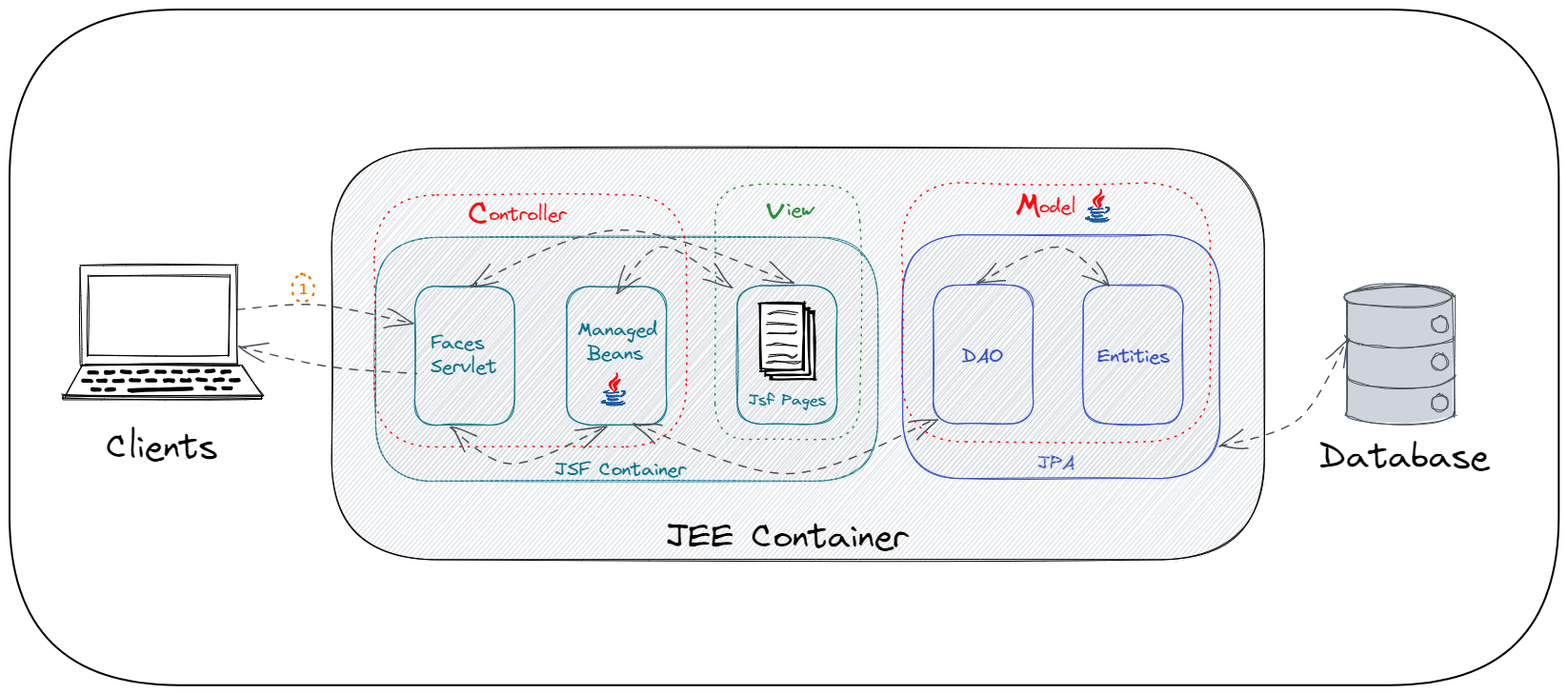
This is MVC.excalidraw.png from malouu/Diag_JEE, a Excalidraw export, as it was before one commit. Source tidied: one line per element, renumbered; positions are measured from the earlier drawing's top-left corner, leaving out a move shared by most shapes.
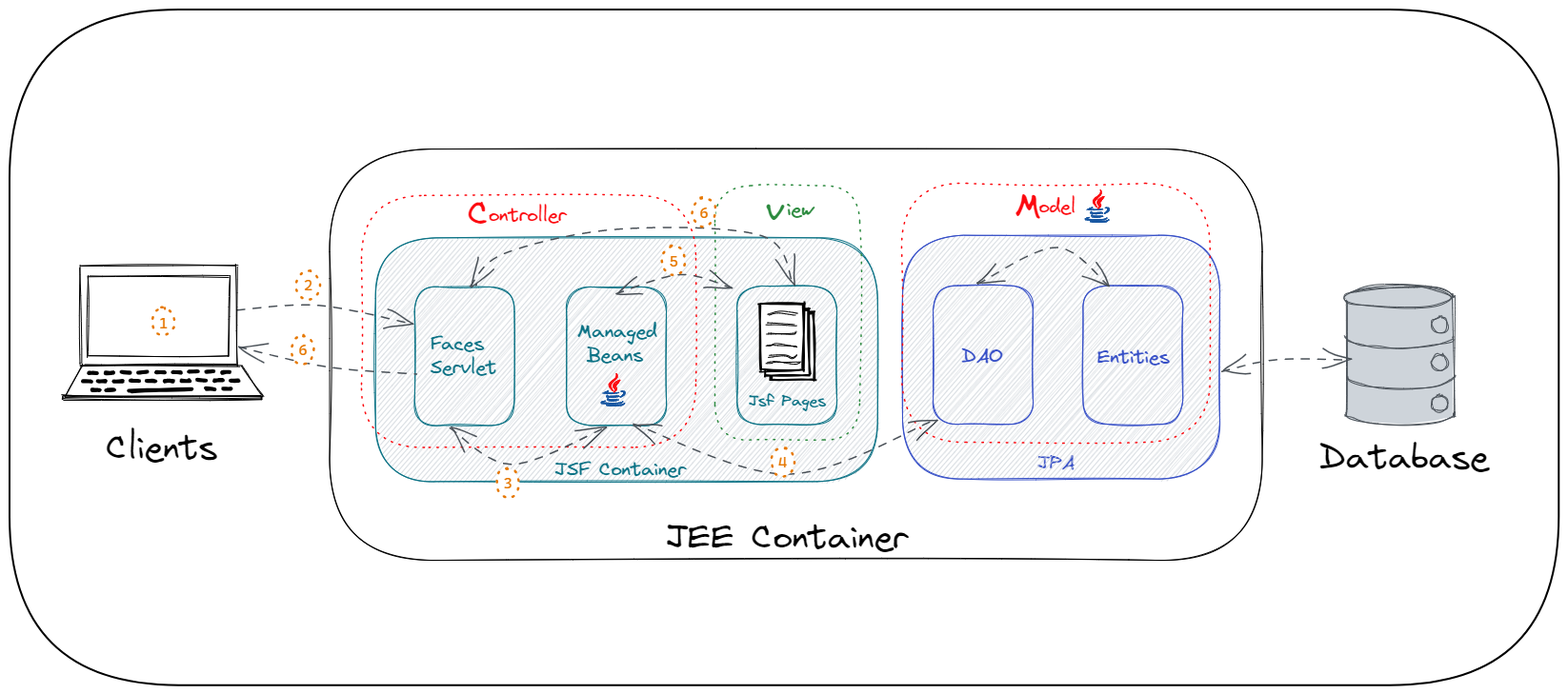
After the commit.

Change to the diagram source:
```diff
@@ -1,5 +1,5 @@
 {"id": 0, "type": "rectangle", "strokeColor": "#0b7285", "backgroundColor": "#ced4da", "fillStyle": "hachure", "strokeWidth": 1, "roughness": 1, "x": 384, "y": 239, "width": 527, "height": 256}
-{"id": 1, "type": "rectangle", "strokeColor": "#000000", "backgroundColor": "#ced4da", "fillStyle": "hachure", "strokeWidth": 1, "roughness": 1, "x": 338, "y": 146, "width": 979, "height": 432}
+{"id": 1, "type": "rectangle", "strokeColor": "#000000", "strokeWidth": 1, "roughness": 1, "x": 336, "y": 146, "width": 979, "height": 432}
 {"id": 2, "type": "text", "text": "JSF Container ", "strokeColor": "#0b7285", "strokeWidth": 1, "roughness": 1, "fontSize": 20, "fontFamily": 1, "x": 572, "y": 471, "width": 150, "height": 25}
 {"id": 3, "type": "text", "text": "JPA ", "strokeColor": "#364fc7", "strokeWidth": 1, "roughness": 1, "fontSize": 20, "fontFamily": 1, "x": 1079, "y": 464, "width": 51, "height": 25}
 {"id": 4, "type": "rectangle", "strokeColor": "#0b7285", "strokeWidth": 1, "roughness": 1, "x": 425, "y": 291, "width": 105, "height": 146}
@@ -11,10 +11,10 @@
 {"id": 10, "type": "text", "text": "DAO", "strokeColor": "#364fc7", "strokeWidth": 1, "roughness": 1, "fontSize": 20, "fontFamily": 1, "x": 999, "y": 352, "width": 45, "height": 25}
 {"id": 11, "type": "rectangle", "strokeColor": "#364fc7", "strokeWidth": 1, "roughness": 1, "x": 1127, "y": 290, "width": 105, "height": 146}
 {"id": 12, "type": "text", "text": "Entities", "strokeColor": "#364fc7", "strokeWidth": 1, "roughness": 1, "fontSize": 20, "fontFamily": 1, "x": 1142, "y": 352, "width": 78, "height": 25}
-{"id": 13, "type": "text", "text": "JEE Container", "strokeColor": "#000000", "backgroundColor": "#ced4da", "fillStyle": "hachure", "strokeWidth": 1, "roughness": 1, "fontSize": 36, "fontFamily": 1, "x": 689, "y": 532, "width": 256, "height": 46}
+{"id": 13, "type": "text", "text": "JEE Container", "strokeColor": "#000000", "backgroundColor": "#ced4da", "fillStyle": "hachure", "strokeWidth": 1, "roughness": 1, "fontSize": 36, "fontFamily": 1, "x": 689, "y": 532, "width": 256, "height": 45}
-{"id": 14, "type": "rectangle", "strokeColor": "#fc090f", "strokeWidth": 1, "strokeStyle": "dotted", "roughness": 1, "x": 383, "y": 195, "width": 328, "height": 265}
+{"id": 14, "type": "rectangle", "strokeColor": "#fc090f", "strokeWidth": 1, "strokeStyle": "dotted", "roughness": 1, "x": 370, "y": 195, "width": 351, "height": 265}
 {"id": 15, "type": "text", "text": "ontroller", "strokeColor": "#fc090f", "strokeWidth": 1, "strokeStyle": "dotted", "roughness": 1, "fontSize": 20, "fontFamily": 1, "x": 503, "y": 203, "width": 83, "height": 25}
-{"id": 16, "type": "text", "text": "C", "strokeColor": "#fc090f", "strokeWidth": 1, "strokeStyle": "dotted", "roughness": 1, "fontSize": 36, "fontFamily": 1, "x": 481, "y": 193, "width": 25, "height": 46}
+{"id": 16, "type": "text", "text": "C", "strokeColor": "#fc090f", "strokeWidth": 1, "strokeStyle": "dotted", "roughness": 1, "fontSize": 36, "fontFamily": 1, "x": 481, "y": 193, "width": 25, "height": 45}
 {"id": 17, "type": "rectangle", "strokeColor": "#000000", "backgroundColor": "#fff", "fillStyle": "solid", "strokeWidth": 2, "roughness": 1, "x": 799, "y": 319, "width": 46, "height": 70}
 {"id": 18, "type": "rectangle", "strokeColor": "#000000", "backgroundColor": "#fff", "fillStyle": "solid", "strokeWidth": 2, "roughness": 1, "x": 794, "y": 314, "width": 46, "height": 70}
 {"id": 19, "type": "rectangle", "strokeColor": "#000000", "backgroundColor": "#fff", "fillStyle": "solid", "strokeWidth": 2, "roughness": 1, "x": 788, "y": 309, "width": 46, "height": 70}
@@ -27,8 +27,8 @@
 {"id": 26, "type": "rectangle", "strokeColor": "#0b7285", "strokeWidth": 1, "roughness": 1, "x": 764, "y": 290, "width": 105, "height": 146}
 {"id": 27, "type": "text", "text": "Jsf Pages", "strokeColor": "#0b7285", "strokeWidth": 1, "roughness": 1, "fontSize": 16, "fontFamily": 1, "x": 776, "y": 401, "width": 83, "height": 20}
 {"id": 28, "type": "rectangle", "strokeColor": "#2b8a3e", "strokeWidth": 1, "strokeStyle": "dotted", "roughness": 1, "x": 741, "y": 185, "width": 152, "height": 267}
-{"id": 29, "type": "text", "text": "iew", "strokeColor": "#2b8a3e", "strokeWidth": 1, "strokeStyle": "dotted", "roughness": 1, "fontSize": 20, "fontFamily": 1, "x": 816, "y": 198, "width": 30, "height": 25}
+{"id": 29, "type": "text", "text": "iew", "strokeColor": "#2b8a3e", "strokeWidth": 1, "strokeStyle": "dotted", "roughness": 1, "fontSize": 20, "fontFamily": 1, "x": 816, "y": 198, "width": 29, "height": 25}
-{"id": 30, "type": "text", "text": "v", "strokeColor": "#2b8a3e", "strokeWidth": 1, "strokeStyle": "dotted", "roughness": 1, "fontSize": 36, "fontFamily": 1, "x": 794, "y": 188, "width": 21, "height": 46}
+{"id": 30, "type": "text", "text": "v", "strokeColor": "#2b8a3e", "strokeWidth": 1, "strokeStyle": "dotted", "roughness": 1, "fontSize": 36, "fontFamily": 1, "x": 794, "y": 188, "width": 21, "height": 45}
 {"id": 31, "type": "rectangle", "strokeColor": "#fc090f", "strokeWidth": 1, "strokeStyle": "dotted", "roughness": 1, "x": 937, "y": 182, "width": 324, "height": 272}
 {"id": 32, "type": "line", "strokeColor": "#1555a1", "backgroundColor": "#1555a1", "fillStyle": "solid", "strokeWidth": 1, "roughness": 0, "x": 1137, "y": 207, "width": 15, "height": 3, "points": [[0, 0], [-4, 2], [-4, 2], [4, 3], [11, 2], [4, 2], [0, 2], [-3, 2], [-2, 1], [0, 0]]}
 {"id": 33, "type": "line", "strokeColor": "#1555a1", "backgroundColor": "#1555a1", "fillStyle": "solid", "strokeWidth": 1, "roughness": 0, "x": 1150, "y": 208, "width": 5, "height": 6, "points": [[0, 0], [2, 0], [3, 1], [3, 3], [1, 4], [-1, 6], [2, 5], [3, 4], [4, 2], [4, 0], [3, 0], [0, 0]]}
@@ -39,7 +39,7 @@
 {"id": 38, "type": "line", "strokeColor": "#fc090f", "backgroundColor": "#fc090f", "fillStyle": "solid", "strokeWidth": 1, "roughness": 0, "x": 1145, "y": 189, "width": 9, "height": 18, "points": [[0, 0], [1, 2], [1, 3], [0, 5], [-1, 6], [-3, 8], [-5, 10], [-6, 12], [-6, 14], [-5, 16], [-4, 18], [-4, 18], [-6, 16], [-7, 15], [-8, 13], [-8, 12], [-7, 11], [-6, 9], [-4, 7], [-1, 5], [0, 4], [0, 2], [0, 0]]}
 {"id": 39, "type": "line", "strokeColor": "#fc090f", "backgroundColor": "#fc090f", "fillStyle": "solid", "strokeWidth": 1, "roughness": 0, "x": 1149, "y": 196, "width": 7, "height": 12, "points": [[0, 0], [-2, 1], [-3, 1], [-5, 2], [-6, 3], [-7, 5], [-7, 7], [-6, 9], [-5, 10], [-5, 11], [-6, 12], [-6, 12], [-5, 11], [-4, 10], [-4, 8], [-5, 7], [-5, 5], [-4, 4], [-5, 6], [0, 0]]}
 {"id": 40, "type": "text", "text": "odel", "strokeColor": "#fc090f", "strokeWidth": 1, "strokeStyle": "dotted", "roughness": 1, "fontSize": 20, "fontFamily": 1, "x": 1081, "y": 195, "width": 41, "height": 25}
-{"id": 41, "type": "text", "text": "M", "strokeColor": "#fc090f", "strokeWidth": 1, "strokeStyle": "dotted", "roughness": 1, "fontSize": 36, "fontFamily": 1, "x": 1056, "y": 184, "width": 30, "height": 46}
+{"id": 41, "type": "text", "text": "M", "strokeColor": "#fc090f", "strokeWidth": 1, "strokeStyle": "dotted", "roughness": 1, "fontSize": 36, "fontFamily": 1, "x": 1056, "y": 184, "width": 30, "height": 45}
 {"id": 42, "type": "line", "strokeColor": "#495057", "backgroundColor": "#ced4da", "fillStyle": "solid", "strokeWidth": 1, "roughness": 1, "x": 1404, "y": 301, "width": 113, "height": 146, "points": [[0, 0], [0, 111], [0, 123], [6, 129], [26, 133], [60, 135], [93, 132], [110, 127], [113, 122], [113, 112], [113, 9], [112, 0], [105, -6], [90, -9], [55, -12], [27, -10], [5, -5], [0, 0], [0, 0]]}
 {"id": 43, "type": "line", "strokeColor": "#495057", "backgroundColor": "#ced4da", "fillStyle": "solid", "strokeWidth": 1, "roughness": 1, "x": 1404, "y": 385, "width": 113, "height": 13, "points": [[0, 0], [3, 5], [16, 9], [33, 12], [60, 12], [91, 10], [110, 4], [113, -1]]}
 {"id": 44, "type": "line", "strokeColor": "#495057", "backgroundColor": "#ced4da", "fillStyle": "solid", "strokeWidth": 1, "roughness": 1, "x": 1403, "y": 342, "width": 113, "height": 13, "points": [[0, 0], [3, 5], [16, 9], [33, 12], [60, 12], [91, 10], [110, 4], [113, -1]]}
@@ -48,14 +48,14 @@
 {"id": 47, "type": "ellipse", "strokeColor": "#495057", "backgroundColor": "#ced4da", "fillStyle": "solid", "strokeWidth": 1, "roughness": 1, "x": 1493, "y": 362, "width": 16, "height": 18}
 {"id": 48, "type": "ellipse", "strokeColor": "#495057", "backgroundColor": "#ced4da", "fillStyle": "solid", "strokeWidth": 1, "roughness": 1, "x": 1493, "y": 404, "width": 16, "height": 18}
 {"id": 49, "type": "arrow", "strokeColor": "#495057", "backgroundColor": "#ced4da", "fillStyle": "hachure", "strokeWidth": 1, "strokeStyle": "dashed", "roughness": 1, "startArrowhead": "arrow", "endArrowhead": "arrow", "from": 9, "x": 1017, "y": 288, "width": 138, "height": 40, "points": [[0, 0], [81, -39], [138, 1]]}
-{"id": 50, "type": "arrow", "strokeColor": "#495057", "backgroundColor": "#ced4da", "fillStyle": "hachure", "strokeWidth": 1, "strokeStyle": "dashed", "roughness": 1, "startArrowhead": "arrow", "endArrowhead": "arrow", "from": 31, "x": 1270, "y": 459, "width": 133, "height": 111, "points": [[0, 0], [84, -29], [133, -111]]}
+{"id": 50, "type": "arrow", "strokeColor": "#495057", "backgroundColor": "#ced4da", "fillStyle": "hachure", "strokeWidth": 1, "strokeStyle": "dashed", "roughness": 1, "startArrowhead": "arrow", "endArrowhead": "arrow", "from": 31, "x": 1273, "y": 379, "width": 133, "height": 12, "points": [[0, 1], [57, -11], [133, -10]]}
 {"id": 51, "type": "arrow", "strokeColor": "#495057", "backgroundColor": "#ced4da", "fillStyle": "hachure", "strokeWidth": 1, "strokeStyle": "dashed", "roughness": 1, "startArrowhead": "arrow", "endArrowhead": "arrow", "from": 4, "to": 5, "x": 490, "y": 289, "width": 0, "height": 0, "points": [[0, 0], [0, 0]]}
-{"id": 52, "type": "text", "text": "Clients", "strokeColor": "#000000", "backgroundColor": "#ced4da", "fillStyle": "hachure", "strokeWidth": 1, "strokeStyle": "dashed", "roughness": 1, "fontSize": 36, "fontFamily": 1, "x": 101, "y": 438, "width": 119, "height": 46}
+{"id": 52, "type": "text", "text": "Clients", "strokeColor": "#000000", "backgroundColor": "#ced4da", "fillStyle": "hachure", "strokeWidth": 1, "strokeStyle": "dashed", "roughness": 1, "fontSize": 36, "fontFamily": 1, "x": 101, "y": 438, "width": 119, "height": 45}
-{"id": 53, "type": "text", "text": "Database", "strokeColor": "#000000", "backgroundColor": "#ced4da", "fillStyle": "hachure", "strokeWidth": 1, "strokeStyle": "dashed", "roughness": 1, "fontSize": 36, "fontFamily": 1, "x": 1375, "y": 448, "width": 180, "height": 46}
+{"id": 53, "type": "text", "text": "Database", "strokeColor": "#000000", "backgroundColor": "#ced4da", "fillStyle": "hachure", "strokeWidth": 1, "strokeStyle": "dashed", "roughness": 1, "fontSize": 36, "fontFamily": 1, "x": 1375, "y": 448, "width": 180, "height": 45}
 {"id": 54, "type": "arrow", "strokeColor": "#495057", "backgroundColor": "#ced4da", "fillStyle": "hachure", "strokeWidth": 1, "strokeStyle": "dashed", "roughness": 1, "endArrowhead": "arrow", "from": 58, "to": 4, "x": 238, "y": 315, "width": 186, "height": 20, "points": [[0, 0], [86, -6], [186, 14]]}
-{"id": 55, "type": "rectangle", "strokeColor": "#000000", "strokeWidth": 2, "roughness": 0, "x": 0, "y": 0, "width": 1626, "height": 710}
+{"id": 55, "type": "rectangle", "strokeColor": "#000000", "strokeWidth": 2, "roughness": 0, "x": 0, "y": -1, "width": 1626, "height": 710}
 {"id": 56, "type": "arrow", "strokeColor": "#495057", "strokeWidth": 1, "strokeStyle": "dashed", "roughness": 1, "startArrowhead": "arrow", "endArrowhead": "arrow", "x": 655, "y": 435, "width": 319, "height": 59, "points": [[0, 0], [162, 53], [319, -6]]}
-{"id": 57, "type": "arrow", "strokeColor": "#495057", "strokeWidth": 1, "strokeStyle": "dashed", "roughness": 1, "startArrowhead": "arrow", "endArrowhead": "arrow", "to": 26, "x": 636, "y": 298, "width": 122, "height": 49, "points": [[0, 0], [49, -49], [122, -5]]}
+{"id": 57, "type": "arrow", "strokeColor": "#495057", "strokeWidth": 1, "strokeStyle": "dashed", "roughness": 1, "startArrowhead": "arrow", "endArrowhead": "arrow", "to": 26, "x": 636, "y": 298, "width": 122, "height": 20, "points": [[0, 0], [68, -20], [122, -5]]}
 {"id": 58, "type": "rectangle", "strokeColor": "#000000", "strokeWidth": 1, "roughness": 1, "x": 83, "y": 280, "width": 148, "height": 84}
 {"id": 59, "type": "rectangle", "strokeColor": "#000000", "strokeWidth": 1, "roughness": 1, "x": 75, "y": 269, "width": 164, "height": 104}
 {"id": 60, "type": "line", "strokeColor": "#000000", "strokeWidth": 4, "roughness": 1, "x": 83, "y": 381, "width": 8, "height": 0, "points": [[0, 0], [8, 0]]}
@@ -84,8 +84,7 @@
 {"id": 83, "type": "line", "strokeColor": "#000000", "strokeWidth": 4, "roughness": 1, "x": 224, "y": 398, "width": 8, "height": 0, "points": [[0, 0], [8, 0]]}
 {"id": 84, "type": "line", "strokeColor": "#000000", "strokeWidth": 1, "roughness": 1, "x": 58, "y": 407, "width": 209, "height": 34, "points": [[0, 0], [209, 0], [185, -33], [19, -34], [0, 0]]}
 {"id": 85, "type": "rectangle", "strokeColor": "#000000", "strokeWidth": 1, "roughness": 1, "x": 56, "y": 405, "width": 209, "height": 4}
-{"id": 86, "type": "arrow", "strokeColor": "#495057", "strokeWidth": 1, "strokeStyle": "dashed", "roughness": 1, "startArrowhead": "arrow", "endArrowhead": "arrow", "from": 4, "to": 26, "x": 483, "y": 291, "width": 340, "height": 60, "points": [[0, 0], [159, -60], [340, -3]]}
+{"id": 86, "type": "arrow", "strokeColor": "#495057", "strokeWidth": 1, "strokeStyle": "dashed", "roughness": 1, "startArrowhead": "arrow", "endArrowhead": "arrow", "from": 4, "to": 26, "x": 483, "y": 291, "width": 340, "height": 60, "points": [[0, 0], [39, -36], [159, -60], [306, -54], [340, -3]]}
-{"id": 87, "type": "arrow", "strokeColor": "#495057", "strokeWidth": 1, "strokeStyle": "dashed", "roughness": 1, "startArrowhead": "arrow", "endArrowhead": "arrow", "from": 4, "to": 6, "x": 463, "y": 440, "width": 162, "height": 39, "points": [[0, 0], [65, 37], [162, -2]]}
 {"id": 88, "type": "line", "strokeColor": "#1555a1", "backgroundColor": "#1555a1", "fillStyle": "solid", "strokeWidth": 1, "roughness": 0, "x": 629, "y": 400, "width": 15, "height": 3, "points": [[0, 0], [-4, 2], [-4, 2], [4, 3], [11, 2], [4, 2], [0, 2], [-3, 2], [-2, 1], [0, 0]]}
 {"id": 89, "type": "line", "strokeColor": "#1555a1", "backgroundColor": "#1555a1", "fillStyle": "solid", "strokeWidth": 1, "roughness": 0, "x": 642, "y": 401, "width": 5, "height": 6, "points": [[0, 0], [2, 0], [3, 1], [3, 3], [1, 4], [-1, 6], [2, 5], [3, 4], [4, 2], [4, 0], [3, 0], [0, 0]]}
 {"id": 90, "type": "line", "strokeColor": "#1555a1", "backgroundColor": "#1555a1", "fillStyle": "solid", "strokeWidth": 1, "roughness": 0, "x": 628, "y": 404, "width": 12, "height": 2, "points": [[0, 0], [-1, 1], [0, 2], [6, 2], [11, 2], [10, 1], [8, 1], [5, 1], [2, 1], [0, 1], [0, 0]]}
@@ -95,5 +94,18 @@
 {"id": 94, "type": "line", "strokeColor": "#fc090f", "backgroundColor": "#fc090f", "fillStyle": "solid", "strokeWidth": 1, "roughness": 0, "x": 637, "y": 382, "width": 9, "height": 18, "points": [[0, 0], [1, 2], [1, 3], [0, 5], [-1, 6], [-3, 8], [-5, 10], [-6, 12], [-6, 14], [-5, 16], [-4, 18], [-4, 18], [-6, 16], [-7, 15], [-8, 13], [-8, 12], [-7, 11], [-6, 9], [-4, 7], [-1, 5], [0, 4], [0, 2], [0, 0]]}
 {"id": 95, "type": "line", "strokeColor": "#fc090f", "backgroundColor": "#fc090f", "fillStyle": "solid", "strokeWidth": 1, "roughness": 0, "x": 641, "y": 389, "width": 7, "height": 12, "points": [[0, 0], [-2, 1], [-3, 1], [-5, 2], [-6, 3], [-7, 5], [-7, 7], [-6, 9], [-5, 10], [-5, 11], [-6, 12], [-6, 12], [-5, 11], [-4, 10], [-4, 8], [-5, 7], [-5, 5], [-4, 4], [-5, 6], [0, 0]]}
 {"id": 96, "type": "arrow", "strokeColor": "#495057", "strokeWidth": 1, "strokeStyle": "dashed", "roughness": 1, "startArrowhead": "arrow", "from": 59, "to": 5, "x": 241, "y": 353, "width": 186, "height": 30, "points": [[0, 0], [92, 22], [186, 30]]}
-{"id": 97, "type": "ellipse", "strokeColor": "#e67700", "backgroundColor": "#fff", "fillStyle": "solid", "strokeWidth": 2, "strokeStyle": "dotted", "roughness": 1, "x": 296, "y": 279, "width": 24, "height": 29}
+{"id": 97, "type": "ellipse", "strokeColor": "#e67700", "backgroundColor": "#fff", "fillStyle": "solid", "strokeWidth": 2, "strokeStyle": "dotted", "roughness": 1, "x": 150, "y": 313, "width": 24, "height": 29}
-{"id": 98, "type": "text", "text": "1", "strokeColor": "#e67700", "backgroundColor": "#fa5252", "fillStyle": "hachure", "strokeWidth": 1, "strokeStyle": "dashed", "roughness": 1, "fontSize": 16, "fontFamily": 3, "textAlign": "center", "verticalAlign": "middle", "inside": 97, "x": 303, "y": 284, "width": 11, "height": 19}
+{"id": 98, "type": "text", "text": "1", "strokeColor": "#e67700", "backgroundColor": "#fa5252", "fillStyle": "hachure", "strokeWidth": 1, "strokeStyle": "dashed", "roughness": 1, "fontSize": 16, "fontFamily": 3, "textAlign": "center", "verticalAlign": "middle", "inside": 97, "x": 156, "y": 318, "width": 11, "height": 20}
+{"id": 99, "type": "ellipse", "strokeColor": "#e67700", "backgroundColor": "#fff", "fillStyle": "solid", "strokeWidth": 2, "strokeStyle": "dotted", "roughness": 1, "x": 511, "y": 481, "width": 24, "height": 30}
+{"id": 100, "type": "text", "text": "3", "strokeColor": "#e67700", "backgroundColor": "#fa5252", "fillStyle": "hachure", "strokeWidth": 1, "strokeStyle": "dashed", "roughness": 1, "fontSize": 16, "fontFamily": 3, "textAlign": "center", "verticalAlign": "middle", "inside": 99, "x": 518, "y": 486, "width": 11, "height": 20}
+{"id": 87, "type": "arrow", "strokeColor": "#495057", "strokeWidth": 1, "strokeStyle": "dashed", "roughness": 1, "startArrowhead": "arrow", "endArrowhead": "arrow", "from": 4, "to": 6, "x": 463, "y": 440, "width": 162, "height": 39, "points": [[0, 0], [65, 37], [162, -2]]}
+{"id": 101, "type": "ellipse", "strokeColor": "#e67700", "backgroundColor": "#fff", "fillStyle": "solid", "strokeWidth": 2, "strokeStyle": "dotted", "roughness": 1, "x": 800, "y": 459, "width": 24, "height": 30}
+{"id": 102, "type": "text", "text": "4", "strokeColor": "#e67700", "backgroundColor": "#fa5252", "fillStyle": "hachure", "strokeWidth": 1, "strokeStyle": "dashed", "roughness": 1, "fontSize": 16, "fontFamily": 3, "textAlign": "center", "verticalAlign": "middle", "inside": 101, "x": 806, "y": 464, "width": 11, "height": 20}
+{"id": 103, "type": "ellipse", "strokeColor": "#e67700", "backgroundColor": "#fff", "fillStyle": "solid", "strokeWidth": 2, "strokeStyle": "dotted", "roughness": 1, "x": 302, "y": 274, "width": 24, "height": 30}
+{"id": 104, "type": "text", "text": "2", "strokeColor": "#e67700", "backgroundColor": "#fa5252", "fillStyle": "hachure", "strokeWidth": 1, "strokeStyle": "dashed", "roughness": 1, "fontSize": 16, "fontFamily": 3, "textAlign": "center", "verticalAlign": "middle", "inside": 103, "x": 308, "y": 279, "width": 11, "height": 20}
+{"id": 105, "type": "ellipse", "strokeColor": "#e67700", "backgroundColor": "#fff", "fillStyle": "solid", "strokeWidth": 2, "strokeStyle": "dotted", "roughness": 1, "x": 685, "y": 248, "width": 24, "height": 30}
+{"id": 106, "type": "text", "text": "5", "strokeColor": "#e67700", "backgroundColor": "#fa5252", "fillStyle": "hachure", "strokeWidth": 1, "strokeStyle": "dashed", "roughness": 1, "fontSize": 16, "fontFamily": 3, "textAlign": "center", "verticalAlign": "middle", "inside": 105, "x": 692, "y": 253, "width": 11, "height": 20}
+{"id": 107, "type": "ellipse", "strokeColor": "#e67700", "backgroundColor": "#fff", "fillStyle": "solid", "strokeWidth": 2, "strokeStyle": "dotted", "roughness": 1, "x": 717, "y": 197, "width": 24, "height": 30}
+{"id": 108, "type": "text", "text": "6", "strokeColor": "#e67700", "backgroundColor": "#fa5252", "fillStyle": "hachure", "strokeWidth": 1, "strokeStyle": "dashed", "roughness": 1, "fontSize": 16, "fontFamily": 3, "textAlign": "center", "verticalAlign": "middle", "inside": 107, "x": 724, "y": 202, "width": 11, "height": 20}
+{"id": 109, "type": "ellipse", "strokeColor": "#e67700", "backgroundColor": "#fff", "fillStyle": "solid", "strokeWidth": 2, "strokeStyle": "dotted", "roughness": 1, "x": 296, "y": 342, "width": 24, "height": 30}
+{"id": 110, "type": "text", "text": "6", "strokeColor": "#e67700", "backgroundColor": "#fa5252", "fillStyle": "hachure", "strokeWidth": 1, "strokeStyle": "dashed", "roughness": 1, "fontSize": 16, "fontFamily": 3, "textAlign": "center", "verticalAlign": "middle", "inside": 109, "x": 303, "y": 347, "width": 11, "height": 20}
```
